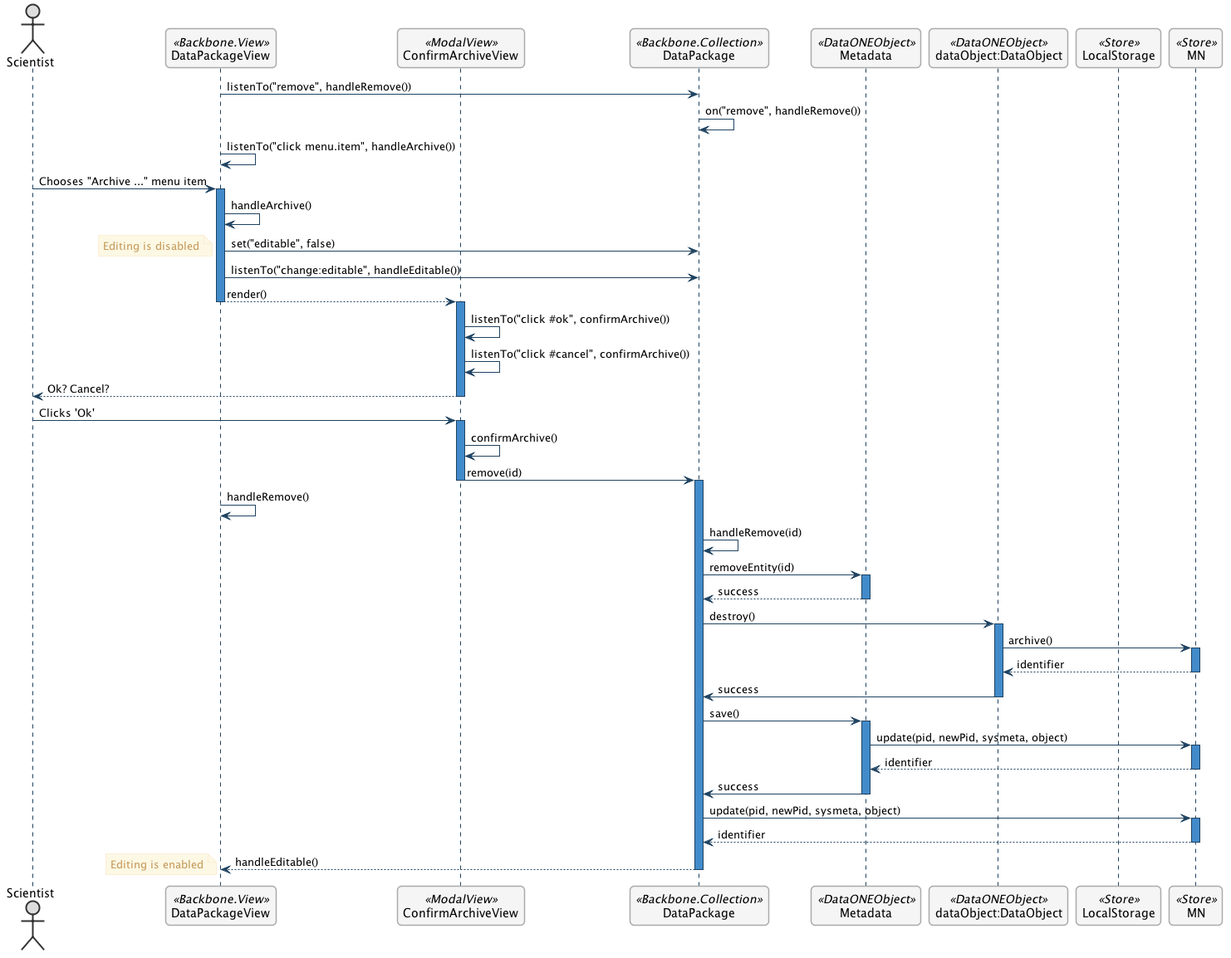
Before: metacatui/docs/design/editor/use-cases/images/archive-a-file-sequence-diagram.png, a diagram exported from PlantUML (NCEAS/metacatui).
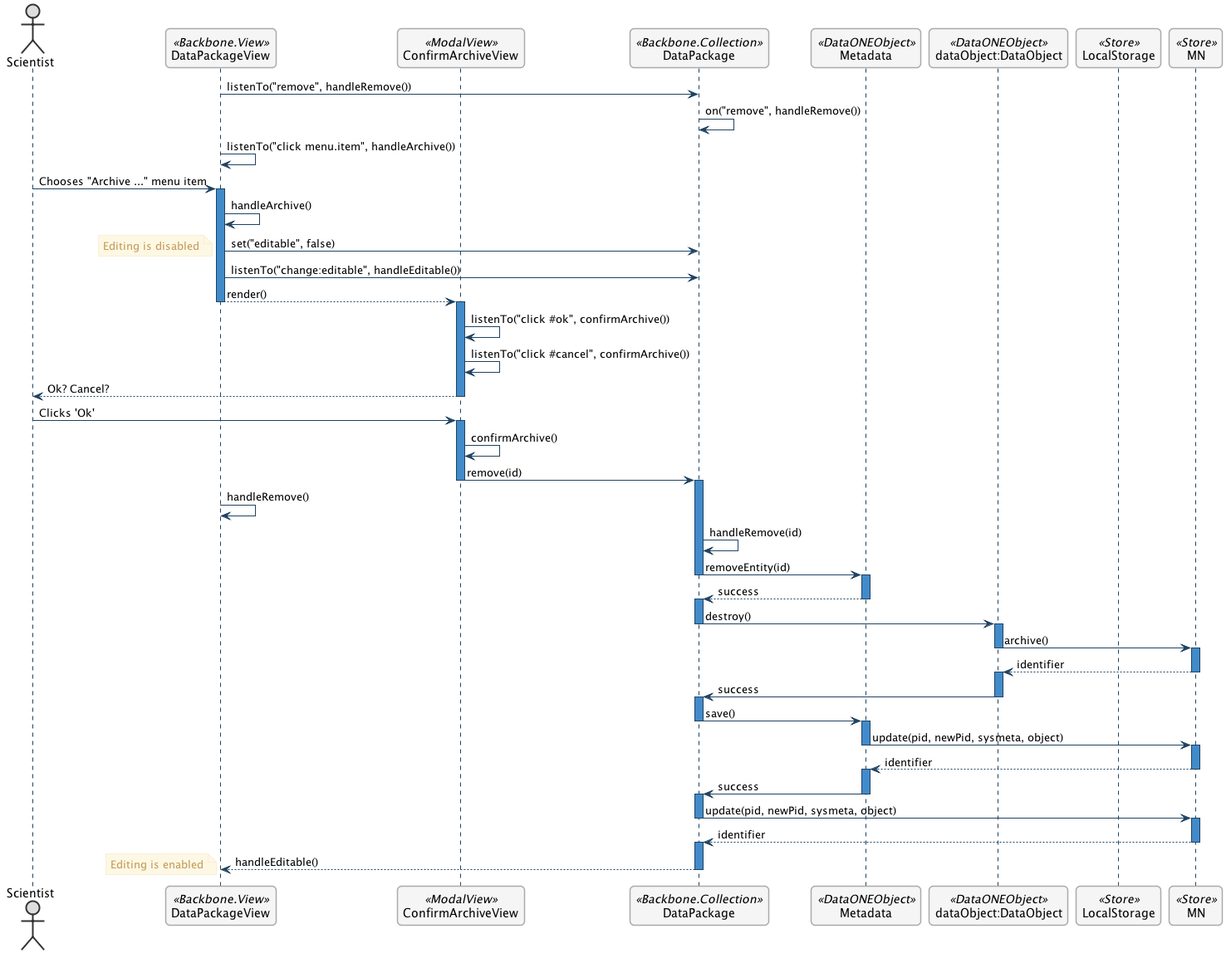
After the change.

Diff of the diagram source:
```diff
@@ -74,33 +74,53 @@
   PackageView -> PackageView : handleRemove()
     DataPackage -> DataPackage : handleRemove(id)
     DataPackage -> Metadata : removeEntity(id)
-    activate Metadata
-      Metadata --> DataPackage : success
-    deactivate Metadata
+  deactivate DataPackage
 
+  activate Metadata
+    Metadata --> DataPackage : success
+  deactivate Metadata
+
+  activate DataPackage
     DataPackage -> DataObject : destroy()
-    activate DataObject
-      DataObject -> MN : archive()
-      activate MN
-        MN --> DataObject : identifier
-      deactivate MN
-      DataObject -> DataPackage : success
-    deactivate DataObject
+  deactivate DataPackage
 
+  activate DataObject
+    DataObject -> MN : archive()
+  deactivate DataObject
+
+  activate MN
+    MN --> DataObject : identifier
+  deactivate MN
+
+  activate DataObject
+    DataObject -> DataPackage : success
+  deactivate DataObject
+
+  activate DataPackage
     DataPackage -> Metadata : save()
-    activate Metadata
-      Metadata -> MN : update(pid, newPid, sysmeta, object)
-      activate MN
-        MN --> Metadata : identifier
-      deactivate MN
-      Metadata -> DataPackage : success
-    deactivate Metadata
+  deactivate DataPackage
 
+  activate Metadata
+    Metadata -> MN : update(pid, newPid, sysmeta, object)
+  deactivate Metadata
+
+  activate MN
+    MN --> Metadata : identifier
+  deactivate MN
+
+  activate Metadata
+    Metadata -> DataPackage : success
+  deactivate Metadata
+
+  activate DataPackage
     DataPackage -> MN : update(pid, newPid, sysmeta, object)
-    activate MN
-      MN --> DataPackage : identifier
-    deactivate MN
+  deactivate DataPackage
 
+  activate MN
+    MN --> DataPackage : identifier
+  deactivate MN
+
+  activate DataPackage
     DataPackage --> PackageView : handleEditable()
     note left
       Editing is enabled
```
